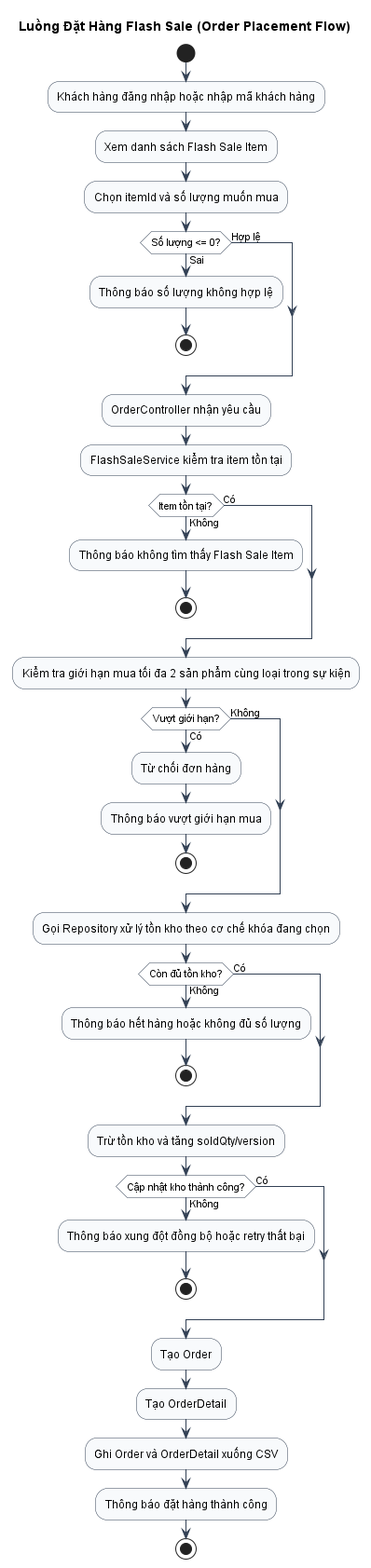
Earlier version of the PlantUML export docs/flowcharts/order_flow.png (nguyendinhtien824-super/Group-2).
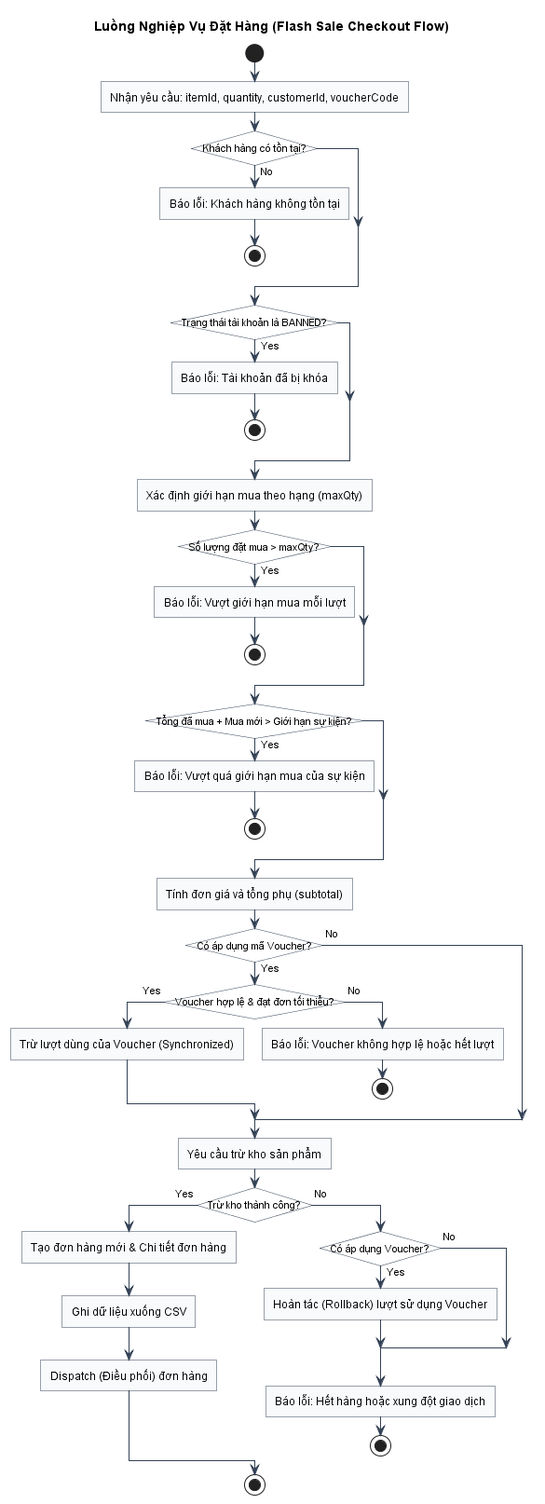
After the commit.

Change to the diagram source:
```diff
@@ -1,60 +1,65 @@
 @startuml
+skinparam roundcorner 0
 skinparam defaultFontName "Arial"
 skinparam titleFontName "Arial"
 skinparam shadowing false
+skinparam ActivityShape rectangle
 skinparam ArrowColor #334155
 skinparam ActivityBackgroundColor #F8FAFC
 skinparam ActivityBorderColor #334155
 skinparam ActivityDiamondBackgroundColor #FFFFFF
 skinparam ActivityDiamondBorderColor #334155
-skinparam NoteBackgroundColor #FFF7ED
-skinparam NoteBorderColor #F97316
+skinparam conditionStyle InsideDiamond
+skinparam ConditionEndStyle hline
 
-title Luồng Đặt Hàng Flash Sale (Order Placement Flow)
+title Luồng Nghiệp Vụ Đặt Hàng (Flash Sale Checkout Flow)
 
 start
-:Khách hàng đăng nhập hoặc nhập mã khách hàng;
-:Xem danh sách Flash Sale Item;
-:Chọn itemId và số lượng muốn mua;
-if (Số lượng <= 0?) then (Sai)
-  :Thông báo số lượng không hợp lệ;
+:Nhận yêu cầu: itemId, quantity, customerId, voucherCode;
+if (Khách hàng có tồn tại?) then ( No )
+  :Báo lỗi: Khách hàng không tồn tại;
   stop
-else (Hợp lệ)
 endif
 
-:OrderController nhận yêu cầu;
-:FlashSaleService kiểm tra item tồn tại;
-if (Item tồn tại?) then (Không)
-  :Thông báo không tìm thấy Flash Sale Item;
+if (Trạng thái tài khoản là BANNED?) then ( Yes )
+  :Báo lỗi: Tài khoản đã bị khóa;
   stop
-else (Có)
 endif
 
-:Kiểm tra giới hạn mua tối đa 2 sản phẩm cùng loại trong sự kiện;
-if (Vượt giới hạn?) then (Có)
-  :Từ chối đơn hàng;
-  :Thông báo vượt giới hạn mua;
+:Xác định giới hạn mua theo hạng (maxQty);
+if (Số lượng đặt mua > maxQty?) then ( Yes )
+  :Báo lỗi: Vượt giới hạn mua mỗi lượt;
   stop
-else (Không)
 endif
 
-:Gọi Repository xử lý tồn kho theo cơ chế khóa đang chọn;
-if (Còn đủ tồn kho?) then (Không)
-  :Thông báo hết hàng hoặc không đủ số lượng;
+if (Tổng đã mua + Mua mới > Giới hạn sự kiện?) then ( Yes )
+  :Báo lỗi: Vượt quá giới hạn mua của sự kiện;
   stop
-else (Có)
 endif
 
-:Trừ tồn kho và tăng soldQty/version;
-if (Cập nhật kho thành công?) then (Không)
-  :Thông báo xung đột đồng bộ hoặc retry thất bại;
-  stop
-else (Có)
+:Tính đơn giá và tổng phụ (subtotal);
+if (Có áp dụng mã Voucher?) then ( Yes )
+  if (Voucher hợp lệ & đạt đơn tối thiểu?) then ( Yes )
+    :Trừ lượt dùng của Voucher (Synchronized);
+  else ( No )
+    :Báo lỗi: Voucher không hợp lệ hoặc hết lượt;
+    stop
+  endif
+else ( No )
 endif
 
-:Tạo Order;
-:Tạo OrderDetail;
-:Ghi Order và OrderDetail xuống CSV;
-:Thông báo đặt hàng thành công;
+:Yêu cầu trừ kho sản phẩm;
+if (Trừ kho thành công?) then ( Yes )
+  :Tạo đơn hàng mới & Chi tiết đơn hàng;
+  :Ghi dữ liệu xuống CSV;
+  :Dispatch (Điều phối) đơn hàng;
+else ( No )
+  if (Có áp dụng Voucher?) then ( Yes )
+    :Hoàn tác (Rollback) lượt sử dụng Voucher;
+  else ( No )
+  endif
+  :Báo lỗi: Hết hàng hoặc xung đột giao dịch;
+  stop
+endif
 stop
 @enduml
```
